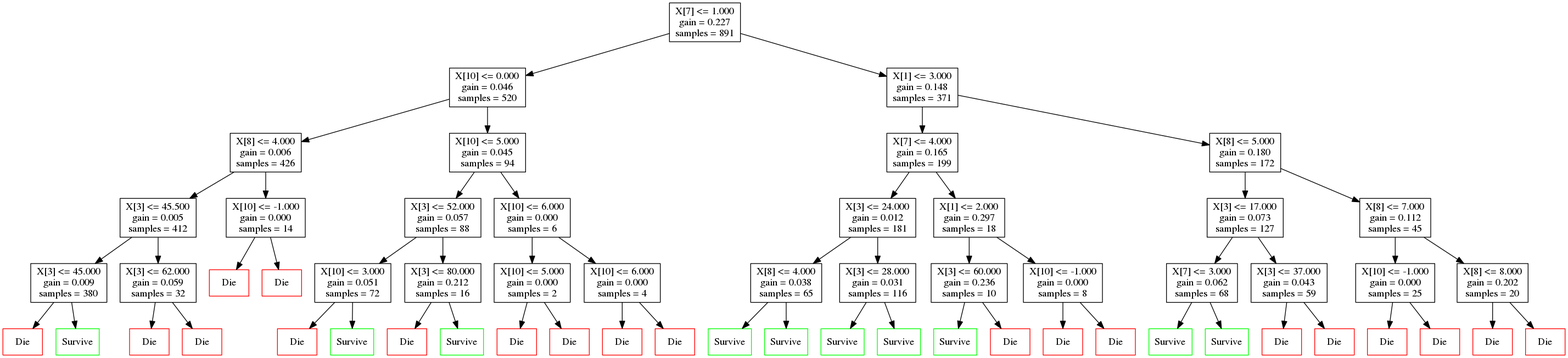
This is model/viz/tree.dot.png from aM3z/titanic, a Graphviz export, as it was before one commit. Its source is kept beside it as model/viz/tree.dot.
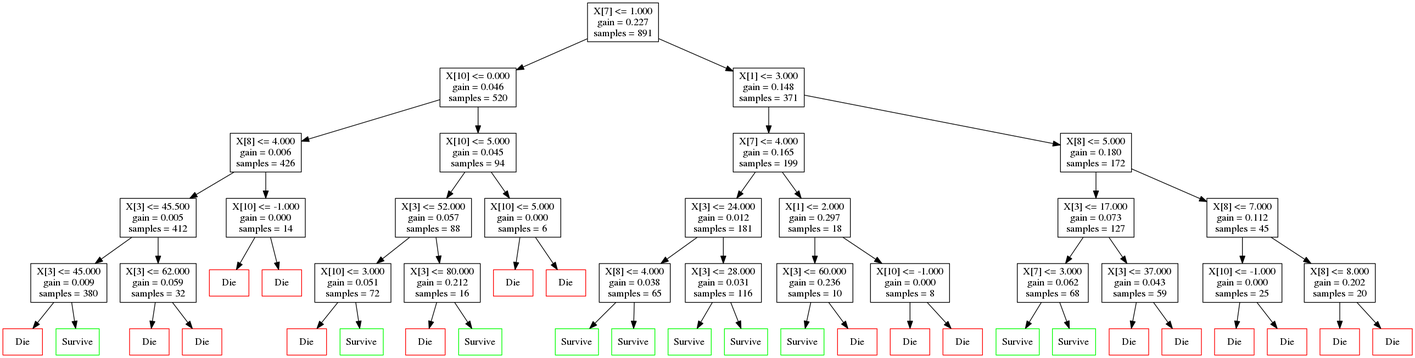
The same file after the commit.

Change to the diagram source:
```diff
@@ -1,120 +1,112 @@
-digraph Tree {
+digraph prof {
 node [shape=box] ;
-1494636230.006117 [label="X[7] <= 1.000\ngain = 0.227\nsamples = 891"] ;
-1494636230.0074701 [label="X[10] <= 0.000\ngain = 0.046\nsamples = 520"] ;
-1494636230.006117 -> 1494636230.0074701 ;
-1494636230.008688 [label="X[8] <= 4.000\ngain = 0.006\nsamples = 426"] ;
-1494636230.0074701 -> 1494636230.008688 ;
-1494636230.0100558 [label="X[3] <= 45.500\ngain = 0.005\nsamples = 412"] ;
-1494636230.008688 -> 1494636230.0100558 ;
-1494636230.0115073 [label="X[3] <= 45.000\ngain = 0.009\nsamples = 380"] ;
-1494636230.0100558 -> 1494636230.0115073 ;
-1494636230.012718 [label = "Die", color = red] ;
-1494636230.0115073 -> 1494636230.012718 ;
-1494636230.0140922 [label = "Survive", color = green] ;
-1494636230.0115073 -> 1494636230.0140922 ;
-1494636230.0154839 [label="X[3] <= 62.000\ngain = 0.059\nsamples = 32"] ;
-1494636230.0100558 -> 1494636230.0154839 ;
-1494636230.0168402 [label = "Die", color = red] ;
-1494636230.0154839 -> 1494636230.0168402 ;
-1494636230.0181775 [label = "Die", color = red] ;
-1494636230.0154839 -> 1494636230.0181775 ;
-1494636230.019525 [label="X[10] <= -1.000\ngain = 0.000\nsamples = 14"] ;
-1494636230.008688 -> 1494636230.019525 ;
-1494636230.0208902 [label = "Die", color = red] ;
-1494636230.019525 -> 1494636230.0208902 ;
-1494636230.022542 [label = "Die", color = red] ;
-1494636230.019525 -> 1494636230.022542 ;
-1494636230.0240498 [label="X[10] <= 5.000\ngain = 0.045\nsamples = 94"] ;
-1494636230.0074701 -> 1494636230.0240498 ;
-1494636230.0253856 [label="X[3] <= 52.000\ngain = 0.057\nsamples = 88"] ;
-1494636230.0240498 -> 1494636230.0253856 ;
-1494636230.0265915 [label="X[10] <= 3.000\ngain = 0.051\nsamples = 72"] ;
-1494636230.0253856 -> 1494636230.0265915 ;
-1494636230.0278897 [label = "Die", color = red] ;
-1494636230.0265915 -> 1494636230.0278897 ;
-1494636230.029265 [label = "Survive", color = green] ;
-1494636230.0265915 -> 1494636230.029265 ;
-1494636230.0305035 [label="X[3] <= 80.000\ngain = 0.212\nsamples = 16"] ;
-1494636230.0253856 -> 1494636230.0305035 ;
-1494636230.031781 [label = "Die", color = red] ;
-1494636230.0305035 -> 1494636230.031781 ;
-1494636230.0329819 [label = "Survive", color = green] ;
-1494636230.0305035 -> 1494636230.0329819 ;
-1494636230.0341766 [label="X[10] <= 6.000\ngain = 0.000\nsamples = 6"] ;
-1494636230.0240498 -> 1494636230.0341766 ;
-1494636230.0353703 [label="X[10] <= 5.000\ngain = 0.000\nsamples = 2"] ;
-1494636230.0341766 -> 1494636230.0353703 ;
-1494636230.0365767 [label = "Die", color = red] ;
-1494636230.0353703 -> 1494636230.0365767 ;
-1494636230.0378108 [label = "Die", color = red] ;
-1494636230.0353703 -> 1494636230.0378108 ;
-1494636230.0392041 [label="X[10] <= 6.000\ngain = 0.000\nsamples = 4"] ;
-1494636230.0341766 -> 1494636230.0392041 ;
-1494636230.0404737 [label = "Die", color = red] ;
-1494636230.0392041 -> 1494636230.0404737 ;
-1494636230.0428483 [label = "Die", color = red] ;
-1494636230.0392041 -> 1494636230.0428483 ;
-1494636230.0441577 [label="X[1] <= 3.000\ngain = 0.148\nsamples = 371"] ;
-1494636230.006117 -> 1494636230.0441577 ;
-1494636230.0470552 [label="X[7] <= 4.000\ngain = 0.165\nsamples = 199"] ;
-1494636230.0441577 -> 1494636230.0470552 ;
-1494636230.0482078 [label="X[3] <= 24.000\ngain = 0.012\nsamples = 181"] ;
-1494636230.0470552 -> 1494636230.0482078 ;
-1494636230.0493577 [label="X[8] <= 4.000\ngain = 0.038\nsamples = 65"] ;
-1494636230.0482078 -> 1494636230.0493577 ;
-1494636230.0505168 [label = "Survive", color = green] ;
-1494636230.0493577 -> 1494636230.0505168 ;
-1494636230.0516717 [label = "Survive", color = green] ;
-1494636230.0493577 -> 1494636230.0516717 ;
-1494636230.0528314 [label="X[3] <= 28.000\ngain = 0.031\nsamples = 116"] ;
-1494636230.0482078 -> 1494636230.0528314 ;
-1494636230.0540314 [label = "Survive", color = green] ;
-1494636230.0528314 -> 1494636230.0540314 ;
-1494636230.0552192 [label = "Survive", color = green] ;
-1494636230.0528314 -> 1494636230.0552192 ;
-1494636230.0564067 [label="X[1] <= 2.000\ngain = 0.297\nsamples = 18"] ;
-1494636230.0470552 -> 1494636230.0564067 ;
-1494636230.0576303 [label="X[3] <= 60.000\ngain = 0.236\nsamples = 10"] ;
-1494636230.0564067 -> 1494636230.0576303 ;
-1494636230.0588152 [label = "Survive", color = green] ;
-1494636230.0576303 -> 1494636230.0588152 ;
-1494636230.0599875 [label = "Die", color = red] ;
-1494636230.0576303 -> 1494636230.0599875 ;
-1494636230.0611522 [label="X[10] <= -1.000\ngain = 0.000\nsamples = 8"] ;
-1494636230.0564067 -> 1494636230.0611522 ;
-1494636230.062325 [label = "Die", color = red] ;
-1494636230.0611522 -> 1494636230.062325 ;
-1494636230.0634418 [label = "Die", color = red] ;
-1494636230.0611522 -> 1494636230.0634418 ;
-1494636230.0645957 [label="X[8] <= 5.000\ngain = 0.180\nsamples = 172"] ;
-1494636230.0441577 -> 1494636230.0645957 ;
-1494636230.0658877 [label="X[3] <= 17.000\ngain = 0.073\nsamples = 127"] ;
-1494636230.0645957 -> 1494636230.0658877 ;
-1494636230.0670469 [label="X[7] <= 3.000\ngain = 0.062\nsamples = 68"] ;
-1494636230.0658877 -> 1494636230.0670469 ;
-1494636230.0682101 [label = "Survive", color = green] ;
-1494636230.0670469 -> 1494636230.0682101 ;
-1494636230.069661 [label = "Survive", color = green] ;
-1494636230.0670469 -> 1494636230.069661 ;
-1494636230.0708425 [label="X[3] <= 37.000\ngain = 0.043\nsamples = 59"] ;
-1494636230.0658877 -> 1494636230.0708425 ;
-1494636230.0720177 [label = "Die", color = red] ;
-1494636230.0708425 -> 1494636230.0720177 ;
-1494636230.0731697 [label = "Die", color = red] ;
-1494636230.0708425 -> 1494636230.0731697 ;
-1494636230.0743387 [label="X[8] <= 7.000\ngain = 0.112\nsamples = 45"] ;
-1494636230.0645957 -> 1494636230.0743387 ;
-1494636230.0755115 [label="X[10] <= -1.000\ngain = 0.000\nsamples = 25"] ;
-1494636230.0743387 -> 1494636230.0755115 ;
-1494636230.0766869 [label = "Die", color = red] ;
-1494636230.0755115 -> 1494636230.0766869 ;
-1494636230.0778391 [label = "Die", color = red] ;
-1494636230.0755115 -> 1494636230.0778391 ;
-1494636230.0789938 [label="X[8] <= 8.000\ngain = 0.202\nsamples = 20"] ;
-1494636230.0743387 -> 1494636230.0789938 ;
-1494636230.0801659 [label = "Die", color = red] ;
-1494636230.0789938 -> 1494636230.0801659 ;
-1494636230.081323 [label = "Die", color = red] ;
-1494636230.0789938 -> 1494636230.081323 ;
+1494636954.7067153 [label="X[7] <= 1.000\ngain = 0.227\nsamples = 891"] ;
+1494636954.7079186 [label="X[10] <= 0.000\ngain = 0.046\nsamples = 520"] ;
+1494636954.7067153 -> 1494636954.7079186 ;
+1494636954.7094488 [label="X[8] <= 4.000\ngain = 0.006\nsamples = 426"] ;
+1494636954.7079186 -> 1494636954.7094488 ;
+1494636954.7106533 [label="X[3] <= 45.500\ngain = 0.005\nsamples = 412"] ;
+1494636954.7094488 -> 1494636954.7106533 ;
+1494636954.7118359 [label="X[3] <= 45.000\ngain = 0.009\nsamples = 380"] ;
+1494636954.7106533 -> 1494636954.7118359 ;
+1494636954.7130103 [label = "Die", color = red] ;
+1494636954.7118359 -> 1494636954.7130103 ;
+1494636954.7141788 [label = "Survive", color = green] ;
+1494636954.7118359 -> 1494636954.7141788 ;
+1494636954.7153535 [label="X[3] <= 62.000\ngain = 0.059\nsamples = 32"] ;
+1494636954.7106533 -> 1494636954.7153535 ;
+1494636954.7165332 [label = "Die", color = red] ;
+1494636954.7153535 -> 1494636954.7165332 ;
+1494636954.717696 [label = "Die", color = red] ;
+1494636954.7153535 -> 1494636954.717696 ;
+1494636954.7190125 [label="X[10] <= -1.000\ngain = 0.000\nsamples = 14"] ;
+1494636954.7094488 -> 1494636954.7190125 ;
+1494636954.7202082 [label = "Die", color = red] ;
+1494636954.7190125 -> 1494636954.7202082 ;
+1494636954.7213764 [label = "Die", color = red] ;
+1494636954.7190125 -> 1494636954.7213764 ;
+1494636954.7225664 [label="X[10] <= 5.000\ngain = 0.045\nsamples = 94"] ;
+1494636954.7079186 -> 1494636954.7225664 ;
+1494636954.7237773 [label="X[3] <= 52.000\ngain = 0.057\nsamples = 88"] ;
+1494636954.7225664 -> 1494636954.7237773 ;
+1494636954.725003 [label="X[10] <= 3.000\ngain = 0.051\nsamples = 72"] ;
+1494636954.7237773 -> 1494636954.725003 ;
+1494636954.7262144 [label = "Die", color = red] ;
+1494636954.725003 -> 1494636954.7262144 ;
+1494636954.7273817 [label = "Survive", color = green] ;
+1494636954.725003 -> 1494636954.7273817 ;
+1494636954.728548 [label="X[3] <= 80.000\ngain = 0.212\nsamples = 16"] ;
+1494636954.7237773 -> 1494636954.728548 ;
+1494636954.729729 [label = "Die", color = red] ;
+1494636954.728548 -> 1494636954.729729 ;
+1494636954.7308903 [label = "Survive", color = green] ;
+1494636954.728548 -> 1494636954.7308903 ;
+1494636954.7320776 [label="X[10] <= 5.000\ngain = 0.000\nsamples = 6"] ;
+1494636954.7225664 -> 1494636954.7320776 ;
+1494636954.7333987 [label = "Die", color = red] ;
+1494636954.7320776 -> 1494636954.7333987 ;
+1494636954.734574 [label = "Die", color = red] ;
+1494636954.7320776 -> 1494636954.734574 ;
+1494636954.7357678 [label="X[1] <= 3.000\ngain = 0.148\nsamples = 371"] ;
+1494636954.7067153 -> 1494636954.7357678 ;
+1494636954.736966 [label="X[7] <= 4.000\ngain = 0.165\nsamples = 199"] ;
+1494636954.7357678 -> 1494636954.736966 ;
+1494636954.7381706 [label="X[3] <= 24.000\ngain = 0.012\nsamples = 181"] ;
+1494636954.736966 -> 1494636954.7381706 ;
+1494636954.7393544 [label="X[8] <= 4.000\ngain = 0.038\nsamples = 65"] ;
+1494636954.7381706 -> 1494636954.7393544 ;
+1494636954.7405527 [label = "Survive", color = green] ;
+1494636954.7393544 -> 1494636954.7405527 ;
+1494636954.7417498 [label = "Survive", color = green] ;
+1494636954.7393544 -> 1494636954.7417498 ;
+1494636954.7429233 [label="X[3] <= 28.000\ngain = 0.031\nsamples = 116"] ;
+1494636954.7381706 -> 1494636954.7429233 ;
+1494636954.744127 [label = "Survive", color = green] ;
+1494636954.7429233 -> 1494636954.744127 ;
+1494636954.7452898 [label = "Survive", color = green] ;
+1494636954.7429233 -> 1494636954.7452898 ;
+1494636954.7464714 [label="X[1] <= 2.000\ngain = 0.297\nsamples = 18"] ;
+1494636954.736966 -> 1494636954.7464714 ;
+1494636954.7476587 [label="X[3] <= 60.000\ngain = 0.236\nsamples = 10"] ;
+1494636954.7464714 -> 1494636954.7476587 ;
+1494636954.7488506 [label = "Survive", color = green] ;
+1494636954.7476587 -> 1494636954.7488506 ;
+1494636954.750053 [label = "Die", color = red] ;
+1494636954.7476587 -> 1494636954.750053 ;
+1494636954.7512248 [label="X[10] <= -1.000\ngain = 0.000\nsamples = 8"] ;
+1494636954.7464714 -> 1494636954.7512248 ;
+1494636954.7524192 [label = "Die", color = red] ;
+1494636954.7512248 -> 1494636954.7524192 ;
+1494636954.7535808 [label = "Die", color = red] ;
+1494636954.7512248 -> 1494636954.7535808 ;
+1494636954.7547717 [label="X[8] <= 5.000\ngain = 0.180\nsamples = 172"] ;
+1494636954.7357678 -> 1494636954.7547717 ;
+1494636954.7559588 [label="X[3] <= 17.000\ngain = 0.073\nsamples = 127"] ;
+1494636954.7547717 -> 1494636954.7559588 ;
+1494636954.7571387 [label="X[7] <= 3.000\ngain = 0.062\nsamples = 68"] ;
+1494636954.7559588 -> 1494636954.7571387 ;
+1494636954.7583232 [label = "Survive", color = green] ;
+1494636954.7571387 -> 1494636954.7583232 ;
+1494636954.7596939 [label = "Survive", color = green] ;
+1494636954.7571387 -> 1494636954.7596939 ;
+1494636954.7608764 [label="X[3] <= 37.000\ngain = 0.043\nsamples = 59"] ;
+1494636954.7559588 -> 1494636954.7608764 ;
+1494636954.7620773 [label = "Die", color = red] ;
+1494636954.7608764 -> 1494636954.7620773 ;
+1494636954.763446 [label = "Die", color = red] ;
+1494636954.7608764 -> 1494636954.763446 ;
+1494636954.7646453 [label="X[8] <= 7.000\ngain = 0.112\nsamples = 45"] ;
+1494636954.7547717 -> 1494636954.7646453 ;
+1494636954.765969 [label="X[10] <= -1.000\ngain = 0.000\nsamples = 25"] ;
+1494636954.7646453 -> 1494636954.765969 ;
+1494636954.7672772 [label = "Die", color = red] ;
+1494636954.765969 -> 1494636954.7672772 ;
+1494636954.7687063 [label = "Die", color = red] ;
+1494636954.765969 -> 1494636954.7687063 ;
+1494636954.770034 [label="X[8] <= 8.000\ngain = 0.202\nsamples = 20"] ;
+1494636954.7646453 -> 1494636954.770034 ;
+1494636954.771411 [label = "Die", color = red] ;
+1494636954.770034 -> 1494636954.771411 ;
+1494636954.7727883 [label = "Die", color = red] ;
+1494636954.770034 -> 1494636954.7727883 ;
 }
```
